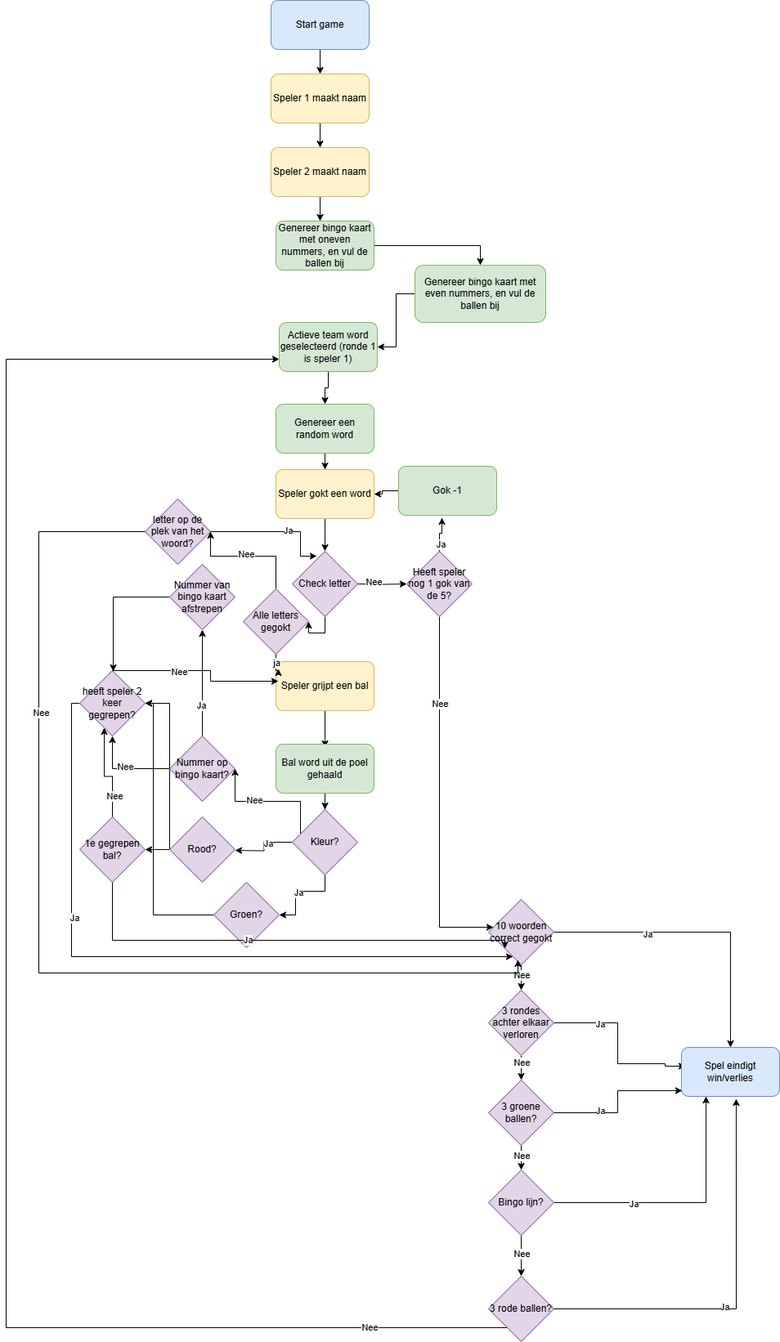
RobbinRSS/meesterproefLingo keeps this draw.io diagram as noCode/diagramlingolaatstepng.png. Above is the earlier version. Source tidied: cells renumbered, new cells last; positions are measured from the earlier drawing's top-left corner, leaving out a move shared by most shapes.
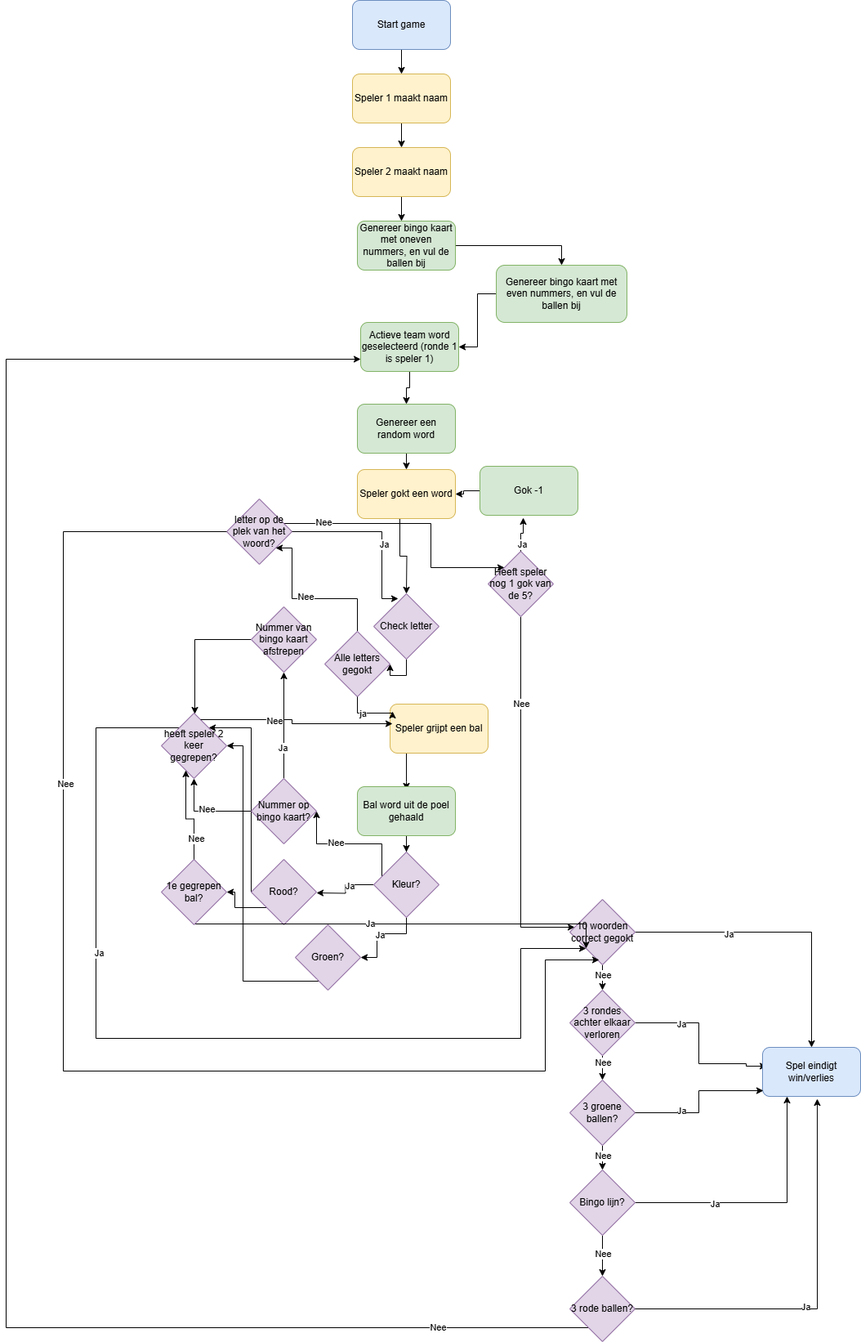
The same file after the commit.

Commit message:
aanpassing aan flowchart

What changed in the source:
```diff
@@ -14,22 +14,14 @@
     <mxCell id="5" value="Genereer een random word" style="rounded=1;whiteSpace=wrap;html=1;fillColor=#d5e8d4;strokeColor=#82b366;" parent="1" vertex="1">
       <mxGeometry x="330" y="494" width="120" height="60" as="geometry" />
     </mxCell>
-    <mxCell id="6" style="edgeStyle=orthogonalEdgeStyle;rounded=0;jettySize=auto;html=1;entryX=0.5;entryY=0;entryDx=0;entryDy=0;" parent="1" edge="1" source="7">
+    <mxCell id="6" style="edgeStyle=orthogonalEdgeStyle;rounded=0;jettySize=auto;html=1;entryX=0.5;entryY=0;entryDx=0;entryDy=0;exitX=0.433;exitY=0.95;exitDx=0;exitDy=0;exitPerimeter=0;" parent="1" edge="1" source="7">
       <mxGeometry relative="1" as="geometry">
-        <mxPoint x="390" y="674" as="targetPoint" />
+        <mxPoint x="390" y="726" as="targetPoint" />
       </mxGeometry>
     </mxCell>
     <mxCell id="7" value="Speler gokt een word" style="rounded=1;whiteSpace=wrap;html=1;fillColor=#fff2cc;strokeColor=#d6b656;" parent="1" vertex="1">
       <mxGeometry x="330" y="574" width="120" height="60" as="geometry" />
     </mxCell>
-    <mxCell id="8" style="edgeStyle=orthogonalEdgeStyle;rounded=0;jettySize=auto;html=1;" parent="1" edge="1" target="12">
-      <mxGeometry relative="1" as="geometry">
-        <mxPoint x="430" y="714" as="sourcePoint" />
-      </mxGeometry>
-    </mxCell>
-    <mxCell id="9" value="Nee" style="edgeLabel;html=1;align=center;verticalAlign=middle;" parent="8" vertex="1">
-      <mxGeometry x="-0.37" y="3" relative="1" as="geometry" />
-    </mxCell>
     <mxCell id="10" style="edgeStyle=orthogonalEdgeStyle;rounded=0;jettySize=auto;html=1;exitX=0.5;exitY=1;exitDx=0;exitDy=0;" parent="1" edge="1" source="12" target="33">
       <mxGeometry relative="1" as="geometry">
         <Array as="points">
@@ -45,14 +37,14 @@
     </mxCell>
     <mxCell id="13" style="edgeStyle=orthogonalEdgeStyle;rounded=0;jettySize=auto;html=1;" parent="1" edge="1" source="14">
       <mxGeometry relative="1" as="geometry">
-        <mxPoint x="390" y="914" as="targetPoint" />
+        <mxPoint x="390" y="966" as="targetPoint" />
         <Array as="points">
-          <mxPoint x="390" y="904" />
+          <mxPoint x="390" y="956" />
         </Array>
       </mxGeometry>
     </mxCell>
     <mxCell id="14" value="Speler grijpt een bal" style="rounded=1;whiteSpace=wrap;html=1;fillColor=#fff2cc;strokeColor=#d6b656;" parent="1" vertex="1">
-      <mxGeometry x="330" y="809" width="120" height="60" as="geometry" />
+      <mxGeometry x="370" y="861" width="120" height="60" as="geometry" />
     </mxCell>
     <mxCell id="15" style="edgeStyle=orthogonalEdgeStyle;rounded=0;jettySize=auto;html=1;exitX=0.5;exitY=1;exitDx=0;exitDy=0;entryX=0.5;entryY=0;entryDx=0;entryDy=0;" parent="1" edge="1" source="19" target="36">
       <mxGeometry relative="1" as="geometry" />
@@ -101,7 +93,7 @@
       <mxGeometry relative="1" as="geometry" />
     </mxCell>
     <mxCell id="28" value="Bal word uit de poel gehaald" style="rounded=1;whiteSpace=wrap;html=1;fillColor=#d5e8d4;strokeColor=#82b366;" parent="1" vertex="1">
-      <mxGeometry x="330" y="910" width="120" height="60" as="geometry" />
+      <mxGeometry x="330" y="962" width="120" height="60" as="geometry" />
     </mxCell>
     <mxCell id="29" style="edgeStyle=orthogonalEdgeStyle;rounded=0;jettySize=auto;html=1;exitX=0.5;exitY=1;exitDx=0;exitDy=0;entryX=0.5;entryY=0;entryDx=0;entryDy=0;" parent="1" edge="1" source="33" target="19">
       <mxGeometry relative="1" as="geometry" />
@@ -130,8 +122,8 @@
     <mxCell id="37" style="edgeStyle=orthogonalEdgeStyle;rounded=0;jettySize=auto;html=1;entryX=0;entryY=0.75;entryDx=0;entryDy=0;" parent="1" edge="1" source="39" target="26">
       <mxGeometry relative="1" as="geometry">
         <Array as="points">
-          <mxPoint y="1624" />
-          <mxPoint y="439" />
+          <mxPoint x="-100" y="1624" />
+          <mxPoint x="-100" y="439" />
         </Array>
       </mxGeometry>
     </mxCell>
@@ -183,13 +175,13 @@
     <mxCell id="53" style="edgeStyle=orthogonalEdgeStyle;rounded=0;jettySize=auto;html=1;entryX=1;entryY=0.5;entryDx=0;entryDy=0;" parent="1" edge="1" source="54" target="95">
       <mxGeometry relative="1" as="geometry">
         <Array as="points">
-          <mxPoint x="390" y="774" />
-          <mxPoint x="370" y="774" />
+          <mxPoint x="390" y="826" />
+          <mxPoint x="370" y="826" />
         </Array>
       </mxGeometry>
     </mxCell>
     <mxCell id="54" value="Check letter" style="rhombus;whiteSpace=wrap;html=1;fillColor=#e1d5e7;strokeColor=#9673a6;" parent="1" vertex="1">
-      <mxGeometry x="350" y="674" width="80" height="80" as="geometry" />
+      <mxGeometry x="350" y="726" width="80" height="80" as="geometry" />
     </mxCell>
     <mxCell id="55" style="edgeStyle=orthogonalEdgeStyle;rounded=0;jettySize=auto;html=1;entryX=1;entryY=0.5;entryDx=0;entryDy=0;" parent="1" edge="1" source="56" target="7">
       <mxGeometry relative="1" as="geometry" />
@@ -205,7 +197,7 @@
     </mxCell>
     <mxCell id="59" style="edgeStyle=orthogonalEdgeStyle;rounded=0;jettySize=auto;html=1;" parent="1" edge="1" source="65">
       <mxGeometry relative="1" as="geometry">
-        <mxPoint x="280" y="1040" as="targetPoint" />
+        <mxPoint x="280" y="1092" as="targetPoint" />
       </mxGeometry>
     </mxCell>
     <mxCell id="60" value="Ja" style="edgeLabel;html=1;align=center;verticalAlign=middle;" parent="59" vertex="1">
@@ -214,9 +206,9 @@
     <mxCell id="61" style="edgeStyle=orthogonalEdgeStyle;rounded=0;jettySize=auto;html=1;entryX=1;entryY=0.5;entryDx=0;entryDy=0;" parent="1" edge="1" source="65" target="70">
       <mxGeometry relative="1" as="geometry">
         <Array as="points">
-          <mxPoint x="390" y="1090" />
-          <mxPoint x="354" y="1090" />
-          <mxPoint x="354" y="1119" />
+          <mxPoint x="390" y="1142" />
+          <mxPoint x="354" y="1142" />
+          <mxPoint x="354" y="1171" />
         </Array>
       </mxGeometry>
     </mxCell>
@@ -226,8 +218,8 @@
     <mxCell id="63" style="edgeStyle=orthogonalEdgeStyle;rounded=0;jettySize=auto;html=1;entryX=1;entryY=0.5;entryDx=0;entryDy=0;" parent="1" edge="1" source="65" target="75">
       <mxGeometry relative="1" as="geometry">
         <Array as="points">
-          <mxPoint x="360" y="980" />
-          <mxPoint x="280" y="980" />
+          <mxPoint x="360" y="1032" />
+          <mxPoint x="280" y="1032" />
         </Array>
       </mxGeometry>
     </mxCell>
@@ -235,31 +227,36 @@
       <mxGeometry x="0.21" y="-2" relative="1" as="geometry" />
     </mxCell>
     <mxCell id="65" value="Kleur?" style="rhombus;whiteSpace=wrap;html=1;fillColor=#e1d5e7;strokeColor=#9673a6;" parent="1" vertex="1">
-      <mxGeometry x="350" y="990" width="80" height="80" as="geometry" />
+      <mxGeometry x="350" y="1042" width="80" height="80" as="geometry" />
     </mxCell>
     <mxCell id="66" style="edgeStyle=orthogonalEdgeStyle;rounded=0;jettySize=auto;html=1;entryX=1;entryY=0.5;entryDx=0;entryDy=0;" parent="1" edge="1" source="68" target="78">
-      <mxGeometry relative="1" as="geometry" />
+      <mxGeometry relative="1" as="geometry">
+        <Array as="points">
+          <mxPoint x="180" y="1110" />
+          <mxPoint x="180" y="1091" />
+        </Array>
+      </mxGeometry>
     </mxCell>
     <mxCell id="67" style="edgeStyle=orthogonalEdgeStyle;rounded=0;jettySize=auto;html=1;" parent="1" edge="1" source="68" target="81">
       <mxGeometry relative="1" as="geometry">
         <Array as="points">
-          <mxPoint x="200" y="860" />
+          <mxPoint x="200" y="890" />
         </Array>
       </mxGeometry>
     </mxCell>
     <mxCell id="68" value="Rood?" style="rhombus;whiteSpace=wrap;html=1;fillColor=#e1d5e7;strokeColor=#9673a6;" parent="1" vertex="1">
-      <mxGeometry x="200" y="999" width="80" height="80" as="geometry" />
+      <mxGeometry x="200" y="1051" width="80" height="80" as="geometry" />
     </mxCell>
     <mxCell id="69" style="edgeStyle=orthogonalEdgeStyle;rounded=0;jettySize=auto;html=1;" parent="1" edge="1" source="70" target="81">
       <mxGeometry relative="1" as="geometry">
         <Array as="points">
-          <mxPoint x="180" y="1119" />
-          <mxPoint x="180" y="860" />
+          <mxPoint x="190" y="1200" />
+          <mxPoint x="190" y="912" />
         </Array>
       </mxGeometry>
     </mxCell>
     <mxCell id="70" value="Groen?" style="rhombus;whiteSpace=wrap;html=1;fillColor=#e1d5e7;strokeColor=#9673a6;" parent="1" vertex="1">
-      <mxGeometry x="254" y="1079" width="80" height="80" as="geometry" />
+      <mxGeometry x="254" y="1131" width="80" height="80" as="geometry" />
     </mxCell>
     <mxCell id="71" style="edgeStyle=orthogonalEdgeStyle;rounded=0;jettySize=auto;html=1;entryX=0.5;entryY=1;entryDx=0;entryDy=0;" parent="1" edge="1" source="75" target="81">
       <mxGeometry relative="1" as="geometry" />
@@ -274,13 +271,12 @@
       <mxGeometry x="-0.42" y="2" relative="1" as="geometry" />
     </mxCell>
     <mxCell id="75" value="Nummer op bingo kaart?" style="rhombus;whiteSpace=wrap;html=1;fillColor=#e1d5e7;strokeColor=#9673a6;" parent="1" vertex="1">
-      <mxGeometry x="200" y="900" width="80" height="80" as="geometry" />
+      <mxGeometry x="200" y="952" width="80" height="80" as="geometry" />
     </mxCell>
     <mxCell id="76" style="edgeStyle=orthogonalEdgeStyle;rounded=0;jettySize=auto;html=1;entryX=0;entryY=1;entryDx=0;entryDy=0;" parent="1" edge="1" source="78" target="33">
       <mxGeometry relative="1" as="geometry">
         <Array as="points">
-          <mxPoint x="130" y="1150" />
-          <mxPoint x="610" y="1150" />
+          <mxPoint x="610" y="1130" />
         </Array>
       </mxGeometry>
     </mxCell>
@@ -288,13 +284,15 @@
       <mxGeometry x="-0.16" y="1" relative="1" as="geometry" />
     </mxCell>
     <mxCell id="78" value="1e gegrepen bal?" style="rhombus;whiteSpace=wrap;html=1;fillColor=#e1d5e7;strokeColor=#9673a6;" parent="1" vertex="1">
-      <mxGeometry x="90" y="999" width="80" height="80" as="geometry" />
+      <mxGeometry x="90" y="1051" width="80" height="80" as="geometry" />
     </mxCell>
     <mxCell id="79" style="edgeStyle=orthogonalEdgeStyle;rounded=0;jettySize=auto;html=1;" parent="1" edge="1" source="81" target="33">
       <mxGeometry relative="1" as="geometry">
         <Array as="points">
-          <mxPoint x="80" y="860" />
-          <mxPoint x="80" y="1170" />
+          <mxPoint x="10" y="890" />
+          <mxPoint x="10" y="1270" />
+          <mxPoint x="530" y="1270" />
+          <mxPoint x="530" y="1160" />
         </Array>
       </mxGeometry>
     </mxCell>
@@ -302,13 +300,13 @@
       <mxGeometry x="-0.37" y="3" relative="1" as="geometry" />
     </mxCell>
     <mxCell id="81" value="heeft speler 2 keer gegrepen?" style="rhombus;whiteSpace=wrap;html=1;fillColor=#e1d5e7;strokeColor=#9673a6;" parent="1" vertex="1">
-      <mxGeometry x="90" y="820" width="80" height="80" as="geometry" />
+      <mxGeometry x="90" y="872" width="80" height="80" as="geometry" />
     </mxCell>
     <mxCell id="82" style="edgeStyle=orthogonalEdgeStyle;rounded=0;jettySize=auto;html=1;entryX=0.025;entryY=0.4;entryDx=0;entryDy=0;entryPerimeter=0;" parent="1" edge="1" source="81" target="14">
       <mxGeometry relative="1" as="geometry">
         <Array as="points">
-          <mxPoint x="250" y="820" />
-          <mxPoint x="250" y="833" />
+          <mxPoint x="250" y="880" />
+          <mxPoint x="250" y="885" />
         </Array>
       </mxGeometry>
     </mxCell>
@@ -318,12 +316,12 @@
     <mxCell id="84" style="edgeStyle=orthogonalEdgeStyle;rounded=0;jettySize=auto;html=1;" parent="1" edge="1" source="85" target="81">
       <mxGeometry relative="1" as="geometry">
         <Array as="points">
-          <mxPoint x="131" y="730" />
+          <mxPoint x="131" y="782" />
         </Array>
       </mxGeometry>
     </mxCell>
     <mxCell id="85" value="Nummer van bingo kaart afstrepen" style="rhombus;whiteSpace=wrap;html=1;fillColor=#e1d5e7;strokeColor=#9673a6;" parent="1" vertex="1">
-      <mxGeometry x="200" y="690" width="80" height="80" as="geometry" />
+      <mxGeometry x="200" y="742" width="80" height="80" as="geometry" />
     </mxCell>
     <mxCell id="86" style="edgeStyle=orthogonalEdgeStyle;rounded=0;jettySize=auto;html=1;entryX=0.375;entryY=0.875;entryDx=0;entryDy=0;entryPerimeter=0;" parent="1" edge="1" source="78" target="81">
       <mxGeometry relative="1" as="geometry" />
@@ -331,14 +329,27 @@
     <mxCell id="87" value="Nee" style="edgeLabel;html=1;align=center;verticalAlign=middle;" parent="86" vertex="1">
       <mxGeometry x="-0.56" y="-2" relative="1" as="geometry" />
     </mxCell>
+    <mxCell id="98" style="edgeStyle=orthogonalEdgeStyle;rounded=0;jettySize=auto;html=1;entryX=0;entryY=0;entryDx=0;entryDy=0;" parent="1" edge="1" source="88" target="12">
+      <mxGeometry relative="1" as="geometry">
+        <Array as="points">
+          <mxPoint x="420" y="640" />
+          <mxPoint x="420" y="694" />
+        </Array>
+      </mxGeometry>
+    </mxCell>
+    <mxCell id="9" value="Nee" style="edgeLabel;html=1;align=center;verticalAlign=middle;" parent="98" vertex="1">
+      <mxGeometry x="-0.7" y="2" relative="1" as="geometry" />
+    </mxCell>
     <mxCell id="88" value="letter op de plek van het woord?" style="rhombus;whiteSpace=wrap;html=1;fillColor=#e1d5e7;strokeColor=#9673a6;" parent="1" vertex="1">
       <mxGeometry x="170" y="610" width="80" height="80" as="geometry" />
     </mxCell>
-    <mxCell id="89" style="edgeStyle=orthogonalEdgeStyle;rounded=0;jettySize=auto;html=1;entryX=0.375;entryY=0.075;entryDx=0;entryDy=0;entryPerimeter=0;" parent="1" edge="1" source="88" target="54">
+    <mxCell id="89" style="edgeStyle=orthogonalEdgeStyle;rounded=0;jettySize=auto;html=1;entryX=0.375;entryY=0.075;entryDx=0;entryDy=0;entryPerimeter=0;" parent="1" edge="1" target="54">
       <mxGeometry relative="1" as="geometry">
+        <mxPoint x="250" y="650" as="sourcePoint" />
         <Array as="points">
+          <mxPoint x="250" y="650" />
           <mxPoint x="360" y="650" />
-          <mxPoint x="360" y="680" />
+          <mxPoint x="360" y="732" />
         </Array>
       </mxGeometry>
     </mxCell>
@@ -348,20 +359,24 @@
     <mxCell id="91" style="edgeStyle=orthogonalEdgeStyle;rounded=0;jettySize=auto;html=1;exitX=0;exitY=0.5;exitDx=0;exitDy=0;entryX=0.45;entryY=0.925;entryDx=0;entryDy=0;entryPerimeter=0;" parent="1" edge="1" source="88" target="33">
       <mxGeometry relative="1" as="geometry">
         <Array as="points">
-          <mxPoint x="40" y="650" />
-          <mxPoint x="40" y="1190" />
-          <mxPoint x="626" y="1190" />
+          <mxPoint x="-30" y="650" />
+          <mxPoint x="-30" y="1310" />
+          <mxPoint x="560" y="1310" />
+          <mxPoint x="560" y="1174" />
         </Array>
       </mxGeometry>
     </mxCell>
     <mxCell id="92" value="Nee" style="edgeLabel;html=1;align=center;verticalAlign=middle;" parent="91" vertex="1">
-      <mxGeometry x="-0.45" y="2" relative="1" as="geometry" />
+      <mxGeometry x="-0.45" y="2" relative="1" as="geometry">
+        <mxPoint y="52" as="offset" />
+      </mxGeometry>
     </mxCell>
-    <mxCell id="93" style="edgeStyle=orthogonalEdgeStyle;rounded=0;jettySize=auto;html=1;exitX=0.5;exitY=0;exitDx=0;exitDy=0;entryX=1;entryY=0.5;entryDx=0;entryDy=0;" parent="1" edge="1" source="95" target="88">
+    <mxCell id="93" style="edgeStyle=orthogonalEdgeStyle;rounded=0;jettySize=auto;html=1;exitX=0.5;exitY=0;exitDx=0;exitDy=0;entryX=1;entryY=1;entryDx=0;entryDy=0;" parent="1" edge="1" source="95" target="88">
       <mxGeometry relative="1" as="geometry">
         <Array as="points">
-          <mxPoint x="330" y="680" />
-          <mxPoint x="250" y="680" />
+          <mxPoint x="330" y="732" />
+          <mxPoint x="250" y="732" />
+          <mxPoint x="250" y="670" />
         </Array>
       </mxGeometry>
     </mxCell>
@@ -369,7 +384,7 @@
       <mxGeometry x="0.03" y="-3" relative="1" as="geometry" />
     </mxCell>
     <mxCell id="95" value="Alle letters gegokt" style="rhombus;whiteSpace=wrap;html=1;fillColor=#e1d5e7;strokeColor=#9673a6;" parent="1" vertex="1">
-      <mxGeometry x="290" y="720" width="80" height="80" as="geometry" />
+      <mxGeometry x="290" y="772" width="80" height="80" as="geometry" />
     </mxCell>
     <mxCell id="96" style="edgeStyle=orthogonalEdgeStyle;rounded=0;jettySize=auto;html=1;entryX=0.025;entryY=0.15;entryDx=0;entryDy=0;entryPerimeter=0;" parent="1" edge="1" source="95" target="14">
       <mxGeometry relative="1" as="geometry" />
```
